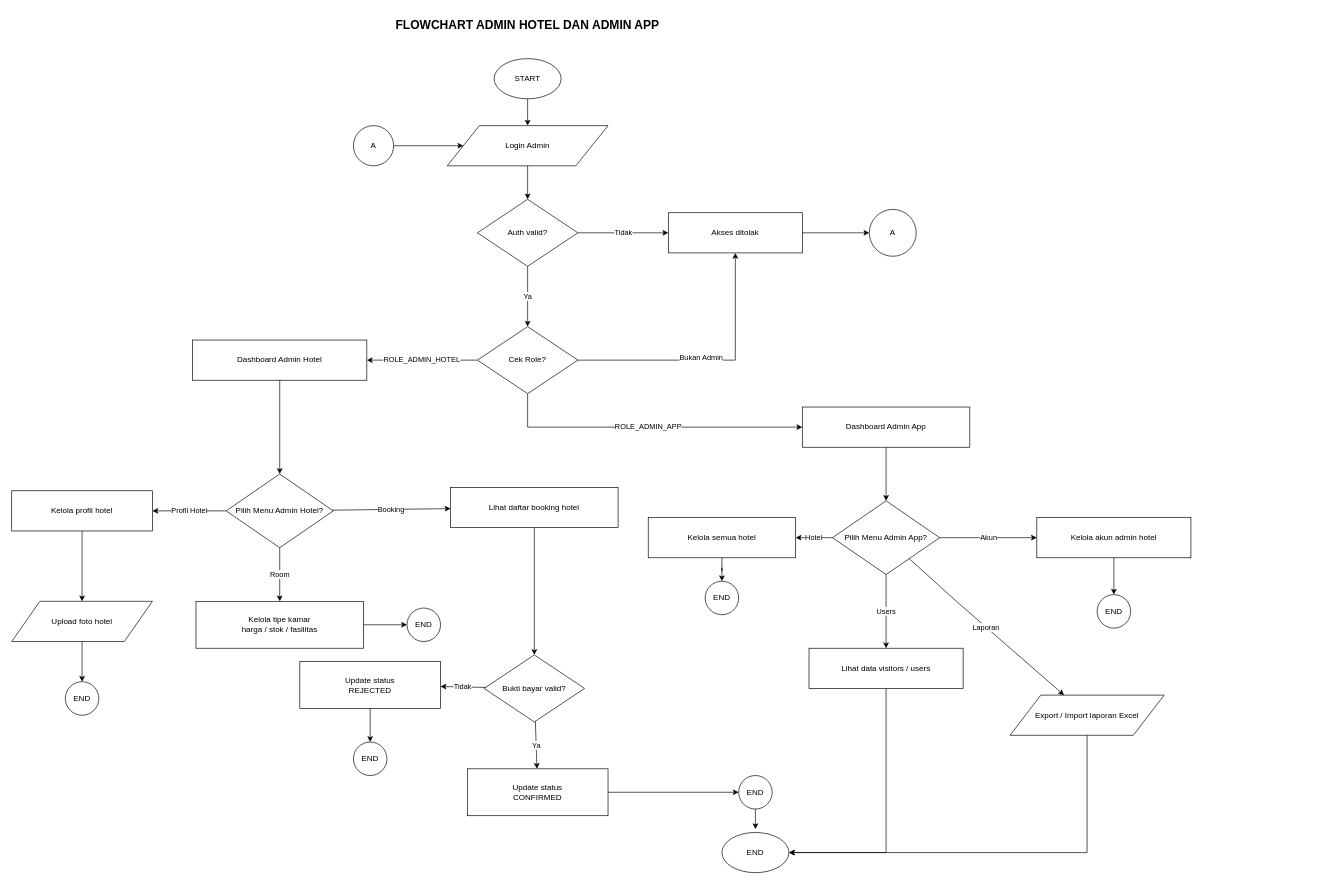
Earlier version of the draw.io diagram page "Flow Admin" (4 of 6) of Flowchart Hotel Nginep.drawio (Yuuashura/projek-hotel-java-lanjutan). Source tidied: cells renumbered, new cells numbered last; positions are measured from the earlier drawing's top-left corner, leaving out a move shared by most shapes. Both pictures are drawn from the tidied source at 67%, with x=0, y=0 at pixel (11, 11).
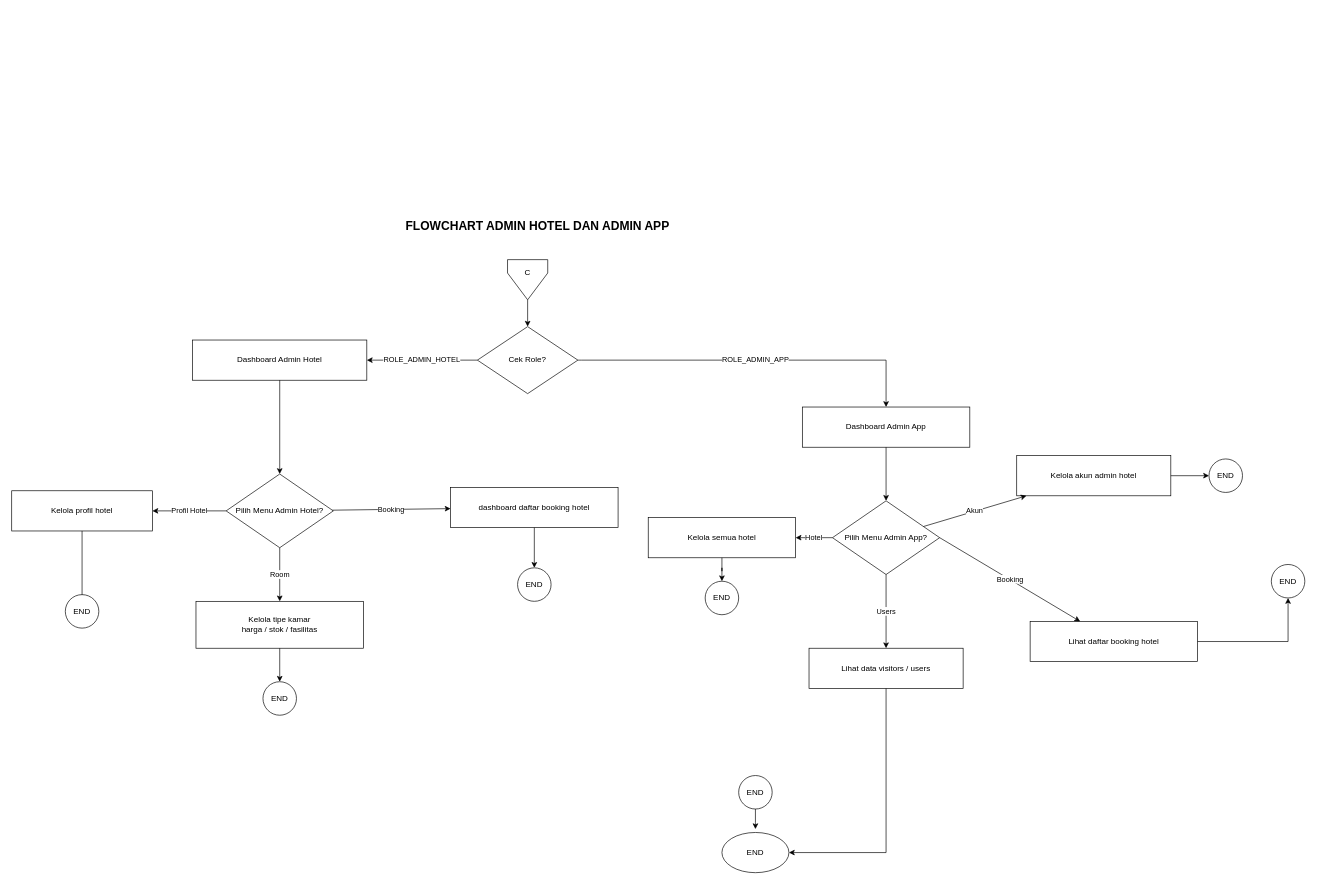
The same diagram, later.

Unchanged cells that the change refers to:
```xml
<mxCell id="6" value="Cek Role?" style="rhombus;whiteSpace=wrap;html=1;fillColor=none;strokeColor=#000000;fontColor=#000000;" parent="1" vertex="1">
  <mxGeometry x="695" y="470" width="150" height="100" as="geometry" />
</mxCell>
<mxCell id="10" value="Kelola profil hotel" style="rounded=0;whiteSpace=wrap;html=1;fillColor=none;strokeColor=#000000;fontColor=#000000;" parent="1" vertex="1">
  <mxGeometry y="715" width="210" height="60" as="geometry" />
</mxCell>
<mxCell id="21" value="Dashboard Admin App" style="rounded=0;whiteSpace=wrap;html=1;fillColor=none;strokeColor=#000000;fontColor=#000000;" parent="1" vertex="1">
  <mxGeometry x="1180" y="590" width="250" height="60" as="geometry" />
</mxCell>
<mxCell id="22" value="Pilih Menu Admin App?" style="rhombus;whiteSpace=wrap;html=1;fillColor=none;strokeColor=#000000;fontColor=#000000;" parent="1" vertex="1">
  <mxGeometry x="1225" y="730" width="160" height="110" as="geometry" />
</mxCell>
<mxCell id="31" value="END" style="ellipse;whiteSpace=wrap;html=1;fillColor=none;strokeColor=#000000;fontColor=#000000;" parent="1" vertex="1">
  <mxGeometry x="1060" y="1225" width="100" height="60" as="geometry" />
</mxCell>
<mxCell id="57" value="END" style="ellipse;whiteSpace=wrap;html=1;" parent="1" vertex="1">
  <mxGeometry x="1085" y="1140" width="50" height="50" as="geometry" />
</mxCell>
```

The edit, as a diff of the source:
```diff
@@
     <mxCell id="2" value="&lt;font style=&quot;font-size: 18px;&quot;&gt;FLOWCHART ADMIN HOTEL DAN ADMIN APP&lt;/font&gt;" style="text;html=1;whiteSpace=wrap;strokeColor=none;fillColor=none;align=center;verticalAlign=middle;fontStyle=1;" parent="1" vertex="1">
-      <mxGeometry x="450" width="640" height="40" as="geometry" />
+      <mxGeometry x="465" y="300" width="640" height="40" as="geometry" />
     </mxCell>
-    <mxCell id="3" value="START" style="ellipse;whiteSpace=wrap;html=1;fillColor=none;strokeColor=#000000;fontColor=#000000;" parent="1" vertex="1">
-      <mxGeometry x="720" y="70" width="100" height="60" as="geometry" />
-    </mxCell>
-    <mxCell id="4" value="Login Admin" style="shape=parallelogram;perimeter=parallelogramPerimeter;whiteSpace=wrap;html=1;fillColor=none;strokeColor=#000000;fontColor=#000000;" parent="1" vertex="1">
-      <mxGeometry x="650" y="170" width="240" height="60" as="geometry" />
-    </mxCell>
-    <mxCell id="5" value="Auth valid?" style="rhombus;whiteSpace=wrap;html=1;fillColor=none;strokeColor=#000000;fontColor=#000000;" parent="1" vertex="1">
-      <mxGeometry x="695" y="280" width="150" height="100" as="geometry" />
-    </mxCell>
@@
-    <mxCell id="7" value="Akses ditolak" style="rounded=0;whiteSpace=wrap;html=1;fillColor=none;strokeColor=#000000;fontColor=#000000;" parent="1" vertex="1">
-      <mxGeometry x="980" y="300" width="200" height="60" as="geometry" />
-    </mxCell>
@@
-    <mxCell id="11" style="edgeStyle=orthogonalEdgeStyle;rounded=0;jettySize=auto;html=1;" parent="1" edge="1" source="12" target="60">
-      <mxGeometry relative="1" as="geometry" />
-    </mxCell>
-    <mxCell id="12" value="Upload foto hotel" style="shape=parallelogram;perimeter=parallelogramPerimeter;whiteSpace=wrap;html=1;fillColor=none;strokeColor=#000000;fontColor=#000000;" parent="1" vertex="1">
-      <mxGeometry y="880" width="210" height="60" as="geometry" />
-    </mxCell>
@@
-    <mxCell id="15" value="Lihat daftar booking hotel" style="rounded=0;whiteSpace=wrap;html=1;fillColor=none;strokeColor=#000000;fontColor=#000000;" parent="1" vertex="1">
+    <mxCell id="15" value="dashboard daftar booking hotel" style="rounded=0;whiteSpace=wrap;html=1;fillColor=none;strokeColor=#000000;fontColor=#000000;" parent="1" vertex="1">
       <mxGeometry x="655" y="710" width="250" height="60" as="geometry" />
     </mxCell>
-    <mxCell id="16" value="Bukti bayar valid?" style="rhombus;whiteSpace=wrap;html=1;fillColor=none;strokeColor=#000000;fontColor=#000000;" parent="1" vertex="1">
-      <mxGeometry x="705" y="960" width="150" height="100" as="geometry" />
-    </mxCell>
-    <mxCell id="17" style="edgeStyle=orthogonalEdgeStyle;rounded=0;jettySize=auto;html=1;" parent="1" edge="1" source="18" target="57">
-      <mxGeometry relative="1" as="geometry" />
-    </mxCell>
-    <mxCell id="18" value="Update status&lt;br&gt;CONFIRMED" style="rounded=0;whiteSpace=wrap;html=1;fillColor=none;strokeColor=#000000;fontColor=#000000;" parent="1" vertex="1">
-      <mxGeometry x="680" y="1130" width="210" height="70" as="geometry" />
-    </mxCell>
-    <mxCell id="19" style="edgeStyle=orthogonalEdgeStyle;rounded=0;jettySize=auto;html=1;" parent="1" edge="1" source="20" target="58">
-      <mxGeometry relative="1" as="geometry" />
-    </mxCell>
-    <mxCell id="20" value="Update status&lt;br&gt;REJECTED" style="rounded=0;whiteSpace=wrap;html=1;fillColor=none;strokeColor=#000000;fontColor=#000000;" parent="1" vertex="1">
-      <mxGeometry x="430" y="970" width="210" height="70" as="geometry" />
-    </mxCell>
@@
     <mxCell id="26" value="Kelola akun admin hotel" style="rounded=0;whiteSpace=wrap;html=1;fillColor=none;strokeColor=#000000;fontColor=#000000;" parent="1" vertex="1">
-      <mxGeometry x="1530" y="755" width="230" height="60" as="geometry" />
+      <mxGeometry x="1500" y="662.5" width="230" height="60" as="geometry" />
     </mxCell>
@@
-    <mxCell id="29" style="edgeStyle=orthogonalEdgeStyle;rounded=0;jettySize=auto;html=1;entryX=1;entryY=0.5;entryDx=0;entryDy=0;" parent="1" edge="1" source="30" target="31">
-      <mxGeometry relative="1" as="geometry">
-        <Array as="points">
-          <mxPoint x="1605" y="1255" />
-        </Array>
-      </mxGeometry>
-    </mxCell>
-    <mxCell id="30" value="Export / Import laporan Excel" style="shape=parallelogram;perimeter=parallelogramPerimeter;whiteSpace=wrap;html=1;fillColor=none;strokeColor=#000000;fontColor=#000000;" parent="1" vertex="1">
-      <mxGeometry x="1490" y="1020" width="230" height="60" as="geometry" />
-    </mxCell>
@@
-    <mxCell id="32" style="endArrow=classic;html=1;rounded=0;strokeColor=#000000;fontColor=#000000;" parent="1" edge="1" source="3" target="4">
-      <mxGeometry relative="1" as="geometry" />
+    <mxCell id="32" style="endArrow=classic;html=1;rounded=0;strokeColor=#000000;fontColor=#000000;" parent="1" edge="1">
+      <mxGeometry relative="1" as="geometry">
+        <mxPoint x="770" y="430" as="sourcePoint" />
+        <mxPoint x="770" y="470" as="targetPoint" />
+      </mxGeometry>
     </mxCell>
-    <mxCell id="33" style="endArrow=classic;html=1;rounded=0;strokeColor=#000000;fontColor=#000000;" parent="1" edge="1" source="4" target="5">
-      <mxGeometry relative="1" as="geometry" />
-    </mxCell>
-    <mxCell id="34" value="Ya" style="endArrow=classic;html=1;rounded=0;strokeColor=#000000;fontColor=#000000;" parent="1" edge="1" source="5" target="6">
-      <mxGeometry relative="1" as="geometry" />
-    </mxCell>
-    <mxCell id="35" value="Tidak" style="endArrow=classic;html=1;rounded=0;strokeColor=#000000;fontColor=#000000;" parent="1" edge="1" source="5" target="7">
-      <mxGeometry relative="1" as="geometry" />
-    </mxCell>
-    <mxCell id="36" style="endArrow=classic;html=1;rounded=0;strokeColor=#000000;fontColor=#000000;" parent="1" edge="1" source="7">
-      <mxGeometry relative="1" as="geometry">
-        <mxPoint x="1280" y="330" as="targetPoint" />
-      </mxGeometry>
-    </mxCell>
@@
     <mxCell id="38" value="ROLE_ADMIN_APP" style="endArrow=classic;html=1;rounded=0;strokeColor=#000000;fontColor=#000000;" parent="1" edge="1" source="6" target="21">
       <mxGeometry relative="1" as="geometry">
         <Array as="points">
-          <mxPoint x="770" y="620" />
+          <mxPoint x="850" y="520" />
+          <mxPoint x="1305" y="520" />
         </Array>
       </mxGeometry>
     </mxCell>
-    <mxCell id="39" value="Bukan Admin" style="endArrow=classic;html=1;rounded=0;strokeColor=#000000;fontColor=#000000;" parent="1" edge="1" source="6" target="7">
-      <mxGeometry x="-0.07" y="4" relative="1" as="geometry">
-        <Array as="points">
-          <mxPoint x="1080" y="520" />
-        </Array>
-        <mxPoint y="1" as="offset" />
-      </mxGeometry>
-    </mxCell>
@@
-    <mxCell id="42" style="endArrow=classic;html=1;rounded=0;strokeColor=#000000;fontColor=#000000;" parent="1" edge="1" source="10" target="12">
-      <mxGeometry relative="1" as="geometry" />
+    <mxCell id="42" style="endArrow=classic;html=1;rounded=0;strokeColor=#000000;fontColor=#000000;" parent="1" edge="1" source="10">
+      <mxGeometry relative="1" as="geometry">
+        <mxPoint x="105" y="880" as="targetPoint" />
+      </mxGeometry>
     </mxCell>
@@
-    <mxCell id="45" style="endArrow=classic;html=1;rounded=0;strokeColor=#000000;fontColor=#000000;" parent="1" edge="1" source="15" target="16">
-      <mxGeometry relative="1" as="geometry" />
+    <mxCell id="45" style="endArrow=classic;html=1;rounded=0;strokeColor=#000000;fontColor=#000000;" parent="1" edge="1" source="15">
+      <mxGeometry relative="1" as="geometry">
+        <mxPoint x="780" y="830" as="targetPoint" />
+      </mxGeometry>
     </mxCell>
-    <mxCell id="46" value="Ya" style="endArrow=classic;html=1;rounded=0;strokeColor=#000000;fontColor=#000000;" parent="1" edge="1" source="16" target="18">
-      <mxGeometry relative="1" as="geometry" />
-    </mxCell>
-    <mxCell id="47" value="Tidak" style="endArrow=classic;html=1;rounded=0;strokeColor=#000000;fontColor=#000000;" parent="1" edge="1" source="16" target="20">
-      <mxGeometry relative="1" as="geometry" />
-    </mxCell>
@@
-    <mxCell id="52" value="Laporan" style="endArrow=classic;html=1;rounded=0;strokeColor=#000000;fontColor=#000000;" parent="1" edge="1" source="22" target="30">
-      <mxGeometry relative="1" as="geometry">
-        <Array as="points">
-          <mxPoint x="1410" y="880" />
-        </Array>
-      </mxGeometry>
-    </mxCell>
-    <mxCell id="53" value="A" style="ellipse;whiteSpace=wrap;html=1;" parent="1" vertex="1">
-      <mxGeometry x="1280" y="295" width="70" height="70" as="geometry" />
-    </mxCell>
-    <mxCell id="54" style="edgeStyle=orthogonalEdgeStyle;rounded=0;jettySize=auto;html=1;" parent="1" edge="1" source="55" target="4">
-      <mxGeometry relative="1" as="geometry" />
-    </mxCell>
-    <mxCell id="55" value="A" style="ellipse;whiteSpace=wrap;html=1;" parent="1" vertex="1">
-      <mxGeometry x="510" y="170" width="60" height="60" as="geometry" />
-    </mxCell>
@@
-    <mxCell id="58" value="END" style="ellipse;whiteSpace=wrap;html=1;" parent="1" vertex="1">
-      <mxGeometry x="510" y="1090" width="50" height="50" as="geometry" />
-    </mxCell>
     <mxCell id="59" value="END" style="ellipse;whiteSpace=wrap;html=1;" parent="1" vertex="1">
-      <mxGeometry x="590" y="890" width="50" height="50" as="geometry" />
+      <mxGeometry x="375" y="1000" width="50" height="50" as="geometry" />
     </mxCell>
     <mxCell id="60" value="END" style="ellipse;whiteSpace=wrap;html=1;" parent="1" vertex="1">
-      <mxGeometry x="80" y="1000" width="50" height="50" as="geometry" />
+      <mxGeometry x="80" y="870" width="50" height="50" as="geometry" />
     </mxCell>
@@
     <mxCell id="62" value="END" style="ellipse;whiteSpace=wrap;html=1;" parent="1" vertex="1">
-      <mxGeometry x="1620" y="870" width="50" height="50" as="geometry" />
+      <mxGeometry x="1787" y="667.5" width="50" height="50" as="geometry" />
     </mxCell>
+    <mxCell id="63" style="verticalLabelPosition=bottom;verticalAlign=top;html=1;shape=offPageConnector;rounded=0;size=0.6666666666666666;" parent="1" vertex="1">
+      <mxGeometry x="740" y="370" width="60" height="60" as="geometry" />
+    </mxCell>
+    <mxCell id="64" value="C" style="text;html=1;whiteSpace=wrap;strokeColor=none;fillColor=none;align=center;verticalAlign=middle;rounded=0;" parent="1" vertex="1">
+      <mxGeometry x="740" y="375" width="60" height="30" as="geometry" />
+    </mxCell>
+    <mxCell id="65" style="edgeStyle=orthogonalEdgeStyle;rounded=0;jettySize=auto;html=1;" parent="1" edge="1" source="66" target="68">
+      <mxGeometry relative="1" as="geometry" />
+    </mxCell>
+    <mxCell id="66" value="Lihat daftar booking hotel" style="rounded=0;whiteSpace=wrap;html=1;fillColor=none;strokeColor=#000000;fontColor=#000000;" parent="1" vertex="1">
+      <mxGeometry x="1520" y="910" width="250" height="60" as="geometry" />
+    </mxCell>
+    <mxCell id="67" value="Booking" style="endArrow=classic;html=1;rounded=0;strokeColor=#000000;fontColor=#000000;exitX=1;exitY=0.5;exitDx=0;exitDy=0;" parent="1" edge="1" source="22" target="66">
+      <mxGeometry relative="1" as="geometry" />
+    </mxCell>
+    <mxCell id="58" value="END" style="ellipse;whiteSpace=wrap;html=1;" parent="1" vertex="1">
+      <mxGeometry x="755" y="830" width="50" height="50" as="geometry" />
+    </mxCell>
+    <mxCell id="68" value="END" style="ellipse;whiteSpace=wrap;html=1;direction=south;" parent="1" vertex="1">
+      <mxGeometry x="1880" y="825" width="50" height="50" as="geometry" />
+    </mxCell>
```
